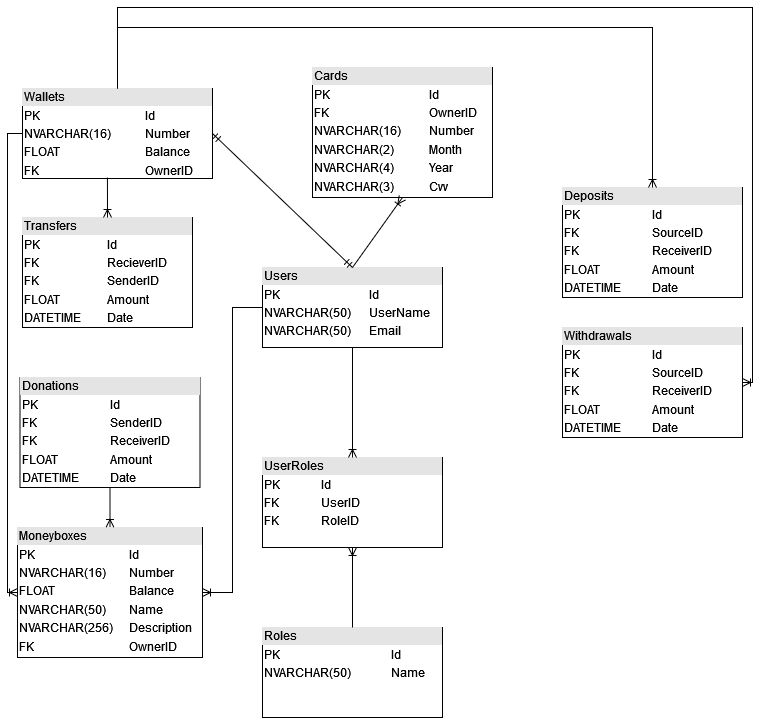
The draw.io diagram db-scheme.drawio.png in medadon41/bsuir-dm-dbms, before a commit. Source tidied: cells renumbered, new cells last; positions are measured from the earlier drawing's top-left corner, leaving out a move shared by most shapes. Its diagram source:
```xml
<mxGraphModel>
  <root>
    <mxCell id="0" />
    <mxCell id="1" parent="0" />
    <mxCell id="2" value="&lt;div style=&quot;box-sizing: border-box ; width: 100% ; background: #e4e4e4 ; padding: 2px&quot;&gt;Users&lt;br&gt;&lt;/div&gt;&lt;table style=&quot;width: 100% ; font-size: 1em&quot; cellspacing=&quot;0&quot; cellpadding=&quot;2&quot;&gt;&lt;tbody&gt;&lt;tr&gt;&lt;td&gt;PK&lt;/td&gt;&lt;td&gt;Id&lt;br&gt;&lt;/td&gt;&lt;/tr&gt;&lt;tr&gt;&lt;td&gt;NVARCHAR(50)&lt;br&gt;&lt;/td&gt;&lt;td&gt;UserName&lt;/td&gt;&lt;/tr&gt;&lt;tr&gt;&lt;td&gt;NVARCHAR(50)&lt;br&gt;&lt;/td&gt;&lt;td&gt;Email&lt;/td&gt;&lt;/tr&gt;&lt;/tbody&gt;&lt;/table&gt;" style="verticalAlign=top;align=left;overflow=fill;html=1;" parent="1" vertex="1">
      <mxGeometry x="245" y="260" width="180" height="80" as="geometry" />
    </mxCell>
    <mxCell id="3" value="&lt;div style=&quot;box-sizing: border-box ; width: 100% ; background: #e4e4e4 ; padding: 2px&quot;&gt;Cards&lt;br&gt;&lt;/div&gt;&lt;table style=&quot;width: 100% ; font-size: 1em&quot; cellspacing=&quot;0&quot; cellpadding=&quot;2&quot;&gt;&lt;tbody&gt;&lt;tr&gt;&lt;td&gt;PK&lt;/td&gt;&lt;td&gt;Id&lt;/td&gt;&lt;/tr&gt;&lt;tr&gt;&lt;td&gt;FK&lt;/td&gt;&lt;td&gt;OwnerID&lt;br&gt;&lt;/td&gt;&lt;/tr&gt;&lt;tr&gt;&lt;td&gt;NVARCHAR(16)&lt;/td&gt;&lt;td&gt;Number&lt;/td&gt;&lt;/tr&gt;&lt;tr&gt;&lt;td&gt;NVARCHAR(2)&lt;/td&gt;&lt;td&gt;Month&lt;br&gt;&lt;/td&gt;&lt;/tr&gt;&lt;tr&gt;&lt;td&gt;NVARCHAR(4)&lt;/td&gt;&lt;td&gt;Year&lt;br&gt;&lt;/td&gt;&lt;/tr&gt;&lt;tr&gt;&lt;td&gt;NVARCHAR(3)&lt;/td&gt;&lt;td&gt;Cvv&lt;br&gt;&lt;/td&gt;&lt;/tr&gt;&lt;/tbody&gt;&lt;/table&gt;" style="verticalAlign=top;align=left;overflow=fill;html=1;" parent="1" vertex="1">
      <mxGeometry x="295" y="60" width="180" height="130" as="geometry" />
    </mxCell>
    <mxCell id="4" value="&lt;div style=&quot;box-sizing: border-box ; width: 100% ; background: #e4e4e4 ; padding: 2px&quot;&gt;Wallets&lt;/div&gt;&lt;table style=&quot;width: 100% ; font-size: 1em&quot; cellspacing=&quot;0&quot; cellpadding=&quot;2&quot;&gt;&lt;tbody&gt;&lt;tr&gt;&lt;td&gt;PK&lt;/td&gt;&lt;td&gt;Id&lt;/td&gt;&lt;/tr&gt;&lt;tr&gt;&lt;td&gt;NVARCHAR(16)&lt;/td&gt;&lt;td&gt;Number&lt;/td&gt;&lt;/tr&gt;&lt;tr&gt;&lt;td&gt;FLOAT&lt;br&gt;&lt;/td&gt;&lt;td&gt;Balance&lt;/td&gt;&lt;/tr&gt;&lt;tr&gt;&lt;td&gt;FK&lt;br&gt;&lt;/td&gt;&lt;td&gt;OwnerID&lt;br&gt;&lt;/td&gt;&lt;/tr&gt;&lt;tr&gt;&lt;td&gt;&lt;br&gt;&lt;/td&gt;&lt;td&gt;&lt;br&gt;&lt;/td&gt;&lt;/tr&gt;&lt;tr&gt;&lt;td&gt;&lt;br&gt;&lt;/td&gt;&lt;td&gt;&lt;br&gt;&lt;/td&gt;&lt;/tr&gt;&lt;tr&gt;&lt;td&gt;&lt;br&gt;&lt;/td&gt;&lt;td&gt;&lt;br&gt;&lt;/td&gt;&lt;/tr&gt;&lt;tr&gt;&lt;td&gt;&lt;br&gt;&lt;/td&gt;&lt;td&gt;&lt;br&gt;&lt;/td&gt;&lt;/tr&gt;&lt;/tbody&gt;&lt;/table&gt;" style="verticalAlign=top;align=left;overflow=fill;html=1;" parent="1" vertex="1">
      <mxGeometry x="5" y="81" width="190" height="90" as="geometry" />
    </mxCell>
    <mxCell id="5" value="&lt;div style=&quot;box-sizing: border-box ; width: 100% ; background: #e4e4e4 ; padding: 2px&quot;&gt;Transfers&lt;/div&gt;&lt;table style=&quot;width: 100% ; font-size: 1em&quot; cellspacing=&quot;0&quot; cellpadding=&quot;2&quot;&gt;&lt;tbody&gt;&lt;tr&gt;&lt;td&gt;PK&lt;/td&gt;&lt;td&gt;Id&lt;/td&gt;&lt;/tr&gt;&lt;tr&gt;&lt;td&gt;FK&lt;/td&gt;&lt;td&gt;RecieverID&lt;br&gt;&lt;/td&gt;&lt;/tr&gt;&lt;tr&gt;&lt;td&gt;FK&lt;br&gt;&lt;/td&gt;&lt;td&gt;SenderID&lt;/td&gt;&lt;/tr&gt;&lt;tr&gt;&lt;td&gt;FLOAT&lt;br&gt;&lt;/td&gt;&lt;td&gt;Amount&lt;br&gt;&lt;/td&gt;&lt;/tr&gt;&lt;tr&gt;&lt;td&gt;DATETIME&lt;br&gt;&lt;/td&gt;&lt;td&gt;Date&lt;br&gt;&lt;/td&gt;&lt;/tr&gt;&lt;/tbody&gt;&lt;/table&gt;" style="verticalAlign=top;align=left;overflow=fill;html=1;" parent="1" vertex="1">
      <mxGeometry x="5" y="210" width="170" height="110" as="geometry" />
    </mxCell>
    <mxCell id="6" value="&lt;div style=&quot;box-sizing: border-box ; width: 100% ; background: #e4e4e4 ; padding: 2px&quot;&gt;Deposits&lt;/div&gt;&lt;table style=&quot;width: 100% ; font-size: 1em&quot; cellspacing=&quot;0&quot; cellpadding=&quot;2&quot;&gt;&lt;tbody&gt;&lt;tr&gt;&lt;td&gt;PK&lt;/td&gt;&lt;td&gt;Id&lt;/td&gt;&lt;/tr&gt;&lt;tr&gt;&lt;td&gt;FK&lt;/td&gt;&lt;td&gt;SourceID&lt;/td&gt;&lt;/tr&gt;&lt;tr&gt;&lt;td&gt;FK&lt;br&gt;&lt;/td&gt;&lt;td&gt;ReceiverID&lt;/td&gt;&lt;/tr&gt;&lt;tr&gt;&lt;td&gt;FLOAT&lt;br&gt;&lt;/td&gt;&lt;td&gt;Amount&lt;br&gt;&lt;/td&gt;&lt;/tr&gt;&lt;tr&gt;&lt;td&gt;DATETIME&lt;br&gt;&lt;/td&gt;&lt;td&gt;Date&lt;br&gt;&lt;/td&gt;&lt;/tr&gt;&lt;/tbody&gt;&lt;/table&gt;" style="verticalAlign=top;align=left;overflow=fill;html=1;" parent="1" vertex="1">
      <mxGeometry x="545" y="180" width="180" height="110" as="geometry" />
    </mxCell>
    <mxCell id="7" value="&lt;div style=&quot;box-sizing: border-box ; width: 100% ; background: #e4e4e4 ; padding: 2px&quot;&gt;Withdrawals&lt;br&gt;&lt;/div&gt;&lt;table style=&quot;width: 100% ; font-size: 1em&quot; cellspacing=&quot;0&quot; cellpadding=&quot;2&quot;&gt;&lt;tbody&gt;&lt;tr&gt;&lt;td&gt;PK&lt;/td&gt;&lt;td&gt;Id&lt;/td&gt;&lt;/tr&gt;&lt;tr&gt;&lt;td&gt;FK&lt;/td&gt;&lt;td&gt;SourceID&lt;/td&gt;&lt;/tr&gt;&lt;tr&gt;&lt;td&gt;FK&lt;br&gt;&lt;/td&gt;&lt;td&gt;ReceiverID&lt;/td&gt;&lt;/tr&gt;&lt;tr&gt;&lt;td&gt;FLOAT&lt;br&gt;&lt;/td&gt;&lt;td&gt;Amount&lt;br&gt;&lt;/td&gt;&lt;/tr&gt;&lt;tr&gt;&lt;td&gt;DATETIME&lt;br&gt;&lt;/td&gt;&lt;td&gt;Date&lt;br&gt;&lt;/td&gt;&lt;/tr&gt;&lt;/tbody&gt;&lt;/table&gt;" style="verticalAlign=top;align=left;overflow=fill;html=1;" parent="1" vertex="1">
      <mxGeometry x="545" y="320" width="180" height="110" as="geometry" />
    </mxCell>
    <mxCell id="8" value="&lt;div style=&quot;box-sizing: border-box ; width: 100% ; background: #e4e4e4 ; padding: 2px&quot;&gt;Donations&lt;br&gt;&lt;/div&gt;&lt;table style=&quot;width: 100% ; font-size: 1em&quot; cellspacing=&quot;0&quot; cellpadding=&quot;2&quot;&gt;&lt;tbody&gt;&lt;tr&gt;&lt;td&gt;PK&lt;/td&gt;&lt;td&gt;Id&lt;/td&gt;&lt;/tr&gt;&lt;tr&gt;&lt;td&gt;FK&lt;/td&gt;&lt;td&gt;SenderID&lt;/td&gt;&lt;/tr&gt;&lt;tr&gt;&lt;td&gt;FK&lt;br&gt;&lt;/td&gt;&lt;td&gt;ReceiverID&lt;/td&gt;&lt;/tr&gt;&lt;tr&gt;&lt;td&gt;FLOAT&lt;br&gt;&lt;/td&gt;&lt;td&gt;Amount&lt;br&gt;&lt;/td&gt;&lt;/tr&gt;&lt;tr&gt;&lt;td&gt;DATETIME&lt;br&gt;&lt;/td&gt;&lt;td&gt;Date&lt;br&gt;&lt;/td&gt;&lt;/tr&gt;&lt;/tbody&gt;&lt;/table&gt;" style="verticalAlign=top;align=left;overflow=fill;html=1;" parent="1" vertex="1">
      <mxGeometry x="2.5" y="370" width="180" height="110" as="geometry" />
    </mxCell>
    <mxCell id="9" value="&lt;div style=&quot;box-sizing: border-box ; width: 100% ; background: #e4e4e4 ; padding: 2px&quot;&gt;Moneyboxes&lt;br&gt;&lt;/div&gt;&lt;table style=&quot;width: 100% ; font-size: 1em&quot; cellspacing=&quot;0&quot; cellpadding=&quot;2&quot;&gt;&lt;tbody&gt;&lt;tr&gt;&lt;td&gt;PK&lt;/td&gt;&lt;td&gt;Id&lt;/td&gt;&lt;/tr&gt;&lt;tr&gt;&lt;td&gt;NVARCHAR(16)&lt;/td&gt;&lt;td&gt;Number&lt;/td&gt;&lt;/tr&gt;&lt;tr&gt;&lt;td&gt;FLOAT&lt;br&gt;&lt;/td&gt;&lt;td&gt;Balance&lt;/td&gt;&lt;/tr&gt;&lt;tr&gt;&lt;td&gt;NVARCHAR(50)&lt;br&gt;&lt;/td&gt;&lt;td&gt;Name&lt;br&gt;&lt;/td&gt;&lt;/tr&gt;&lt;tr&gt;&lt;td&gt;NVARCHAR(256)&lt;br&gt;&lt;/td&gt;&lt;td&gt;Description&lt;br&gt;&lt;/td&gt;&lt;/tr&gt;&lt;tr&gt;&lt;td&gt;FK&lt;br&gt;&lt;/td&gt;&lt;td&gt;OwnerID&lt;br&gt;&lt;/td&gt;&lt;/tr&gt;&lt;tr&gt;&lt;td&gt;&lt;br&gt;&lt;/td&gt;&lt;td&gt;&lt;br&gt;&lt;/td&gt;&lt;/tr&gt;&lt;tr&gt;&lt;td&gt;&lt;br&gt;&lt;/td&gt;&lt;td&gt;&lt;br&gt;&lt;/td&gt;&lt;/tr&gt;&lt;tr&gt;&lt;td&gt;&lt;br&gt;&lt;/td&gt;&lt;td&gt;&lt;br&gt;&lt;/td&gt;&lt;/tr&gt;&lt;/tbody&gt;&lt;/table&gt;" style="verticalAlign=top;align=left;overflow=fill;html=1;" parent="1" vertex="1">
      <mxGeometry y="520" width="185" height="130" as="geometry" />
    </mxCell>
    <mxCell id="10" value="&lt;div style=&quot;box-sizing: border-box ; width: 100% ; background: #e4e4e4 ; padding: 2px&quot;&gt;Roles&lt;/div&gt;&lt;table style=&quot;width: 100% ; font-size: 1em&quot; cellspacing=&quot;0&quot; cellpadding=&quot;2&quot;&gt;&lt;tbody&gt;&lt;tr&gt;&lt;td&gt;PK&lt;/td&gt;&lt;td&gt;Id&lt;/td&gt;&lt;/tr&gt;&lt;tr&gt;&lt;td&gt;NVARCHAR(50)&lt;/td&gt;&lt;td&gt;Name&lt;/td&gt;&lt;/tr&gt;&lt;tr&gt;&lt;td&gt;&lt;br&gt;&lt;/td&gt;&lt;td&gt;&lt;br&gt;&lt;/td&gt;&lt;/tr&gt;&lt;/tbody&gt;&lt;/table&gt;" style="verticalAlign=top;align=left;overflow=fill;html=1;" parent="1" vertex="1">
      <mxGeometry x="245" y="620" width="180" height="90" as="geometry" />
    </mxCell>
    <mxCell id="11" value="&lt;div style=&quot;box-sizing: border-box ; width: 100% ; background: #e4e4e4 ; padding: 2px&quot;&gt;UserRoles&lt;/div&gt;&lt;table style=&quot;width: 100% ; font-size: 1em&quot; cellspacing=&quot;0&quot; cellpadding=&quot;2&quot;&gt;&lt;tbody&gt;&lt;tr&gt;&lt;td&gt;PK&lt;/td&gt;&lt;td&gt;Id&lt;/td&gt;&lt;/tr&gt;&lt;tr&gt;&lt;td&gt;FK&lt;br&gt;&lt;/td&gt;&lt;td&gt;UserID&lt;/td&gt;&lt;/tr&gt;&lt;tr&gt;&lt;td&gt;FK&lt;br&gt;&lt;/td&gt;&lt;td&gt;RoleID&lt;/td&gt;&lt;/tr&gt;&lt;/tbody&gt;&lt;/table&gt;" style="verticalAlign=top;align=left;overflow=fill;html=1;" parent="1" vertex="1">
      <mxGeometry x="245" y="450" width="180" height="90" as="geometry" />
    </mxCell>
    <mxCell id="12" style="fontSize=12;html=1;endArrow=ERoneToMany;rounded=0;strokeColor=default;entryX=0.5;entryY=0;entryDx=0;entryDy=0;exitX=0.5;exitY=1;exitDx=0;exitDy=0;" parent="1" edge="1" source="2" target="11">
      <mxGeometry relative="1" as="geometry" />
    </mxCell>
    <mxCell id="13" style="fontSize=12;html=1;endArrow=ERoneToMany;rounded=0;strokeColor=default;entryX=0.5;entryY=1;entryDx=0;entryDy=0;exitX=0.5;exitY=0;exitDx=0;exitDy=0;" parent="1" edge="1" source="10" target="11">
      <mxGeometry relative="1" as="geometry" />
    </mxCell>
    <mxCell id="14" style="fontSize=12;html=1;endArrow=ERmandOne;startArrow=ERmandOne;rounded=0;strokeColor=default;exitX=1;exitY=0.5;exitDx=0;exitDy=0;entryX=0.5;entryY=0;entryDx=0;entryDy=0;" parent="1" edge="1" source="4" target="2">
      <mxGeometry relative="1" as="geometry" />
    </mxCell>
    <mxCell id="15" style="fontSize=12;html=1;endArrow=ERoneToMany;rounded=0;strokeColor=default;exitX=0.5;exitY=0;exitDx=0;exitDy=0;entryX=0.5;entryY=1;entryDx=0;entryDy=0;" parent="1" edge="1" source="2" target="3">
      <mxGeometry relative="1" as="geometry" />
    </mxCell>
    <mxCell id="16" style="fontSize=12;html=1;endArrow=ERoneToMany;rounded=0;strokeColor=default;exitX=0.447;exitY=0.989;exitDx=0;exitDy=0;exitPerimeter=0;entryX=0.5;entryY=0;entryDx=0;entryDy=0;" parent="1" edge="1" source="4" target="5">
      <mxGeometry relative="1" as="geometry" />
    </mxCell>
    <mxCell id="17" style="fontSize=12;html=1;endArrow=ERoneToMany;rounded=0;strokeColor=default;exitX=0;exitY=0.5;exitDx=0;exitDy=0;edgeStyle=orthogonalEdgeStyle;entryX=0;entryY=0.5;entryDx=0;entryDy=0;" parent="1" edge="1" source="4" target="9">
      <mxGeometry relative="1" as="geometry" />
    </mxCell>
    <mxCell id="18" style="fontSize=12;html=1;endArrow=ERoneToMany;rounded=0;strokeColor=default;entryX=0.5;entryY=0;entryDx=0;entryDy=0;exitX=0.5;exitY=0;exitDx=0;exitDy=0;edgeStyle=orthogonalEdgeStyle;" parent="1" edge="1" source="4" target="6">
      <mxGeometry relative="1" as="geometry">
        <Array as="points">
          <mxPoint x="100" y="20" />
          <mxPoint x="635" y="20" />
        </Array>
      </mxGeometry>
    </mxCell>
    <mxCell id="19" style="edgeStyle=orthogonalEdgeStyle;fontSize=12;html=1;endArrow=ERoneToMany;rounded=0;strokeColor=default;entryX=1;entryY=0.5;entryDx=0;entryDy=0;exitX=0.5;exitY=0;exitDx=0;exitDy=0;" parent="1" edge="1" source="4" target="7">
      <mxGeometry relative="1" as="geometry">
        <Array as="points">
          <mxPoint x="100" />
          <mxPoint x="735" />
          <mxPoint x="735" y="375" />
        </Array>
      </mxGeometry>
    </mxCell>
    <mxCell id="20" style="edgeStyle=entityRelationEdgeStyle;fontSize=12;html=1;endArrow=ERoneToMany;rounded=0;strokeColor=default;exitX=0;exitY=0.5;exitDx=0;exitDy=0;entryX=1;entryY=0.5;entryDx=0;entryDy=0;" parent="1" edge="1" source="2" target="9">
      <mxGeometry relative="1" as="geometry" />
    </mxCell>
    <mxCell id="21" style="fontSize=12;html=1;endArrow=ERoneToMany;rounded=0;exitX=0.5;exitY=1;exitDx=0;exitDy=0;entryX=0.5;entryY=0;entryDx=0;entryDy=0;" parent="1" edge="1" source="8" target="9">
      <mxGeometry relative="1" as="geometry" />
    </mxCell>
  </root>
</mxGraphModel>
```
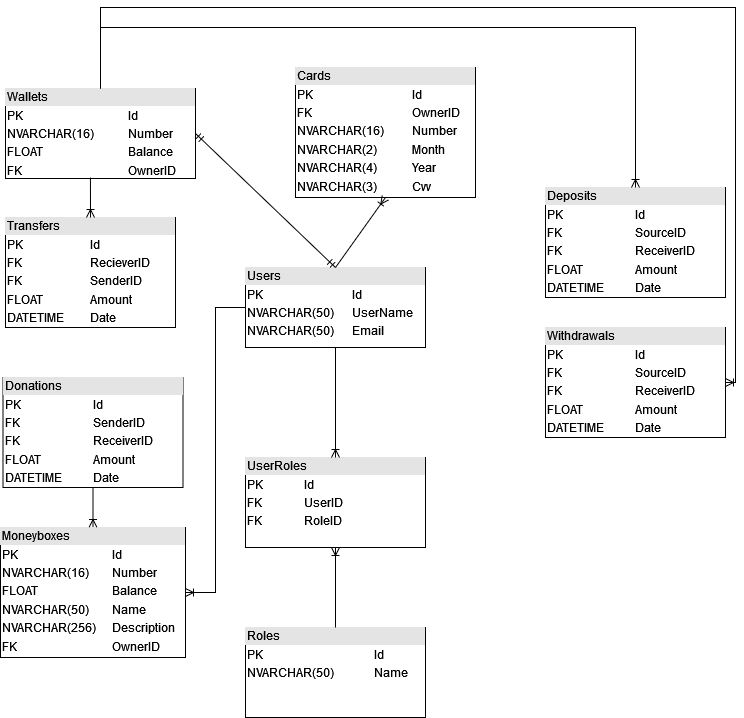
The same diagram one commit later.

The edit, as a diff of the source:
```diff
@@ -47,9 +47,6 @@
     <mxCell id="16" style="fontSize=12;html=1;endArrow=ERoneToMany;rounded=0;strokeColor=default;exitX=0.447;exitY=0.989;exitDx=0;exitDy=0;exitPerimeter=0;entryX=0.5;entryY=0;entryDx=0;entryDy=0;" parent="1" edge="1" source="4" target="5">
       <mxGeometry relative="1" as="geometry" />
     </mxCell>
-    <mxCell id="17" style="fontSize=12;html=1;endArrow=ERoneToMany;rounded=0;strokeColor=default;exitX=0;exitY=0.5;exitDx=0;exitDy=0;edgeStyle=orthogonalEdgeStyle;entryX=0;entryY=0.5;entryDx=0;entryDy=0;" parent="1" edge="1" source="4" target="9">
-      <mxGeometry relative="1" as="geometry" />
-    </mxCell>
     <mxCell id="18" style="fontSize=12;html=1;endArrow=ERoneToMany;rounded=0;strokeColor=default;entryX=0.5;entryY=0;entryDx=0;entryDy=0;exitX=0.5;exitY=0;exitDx=0;exitDy=0;edgeStyle=orthogonalEdgeStyle;" parent="1" edge="1" source="4" target="6">
       <mxGeometry relative="1" as="geometry">
         <Array as="points">
```
